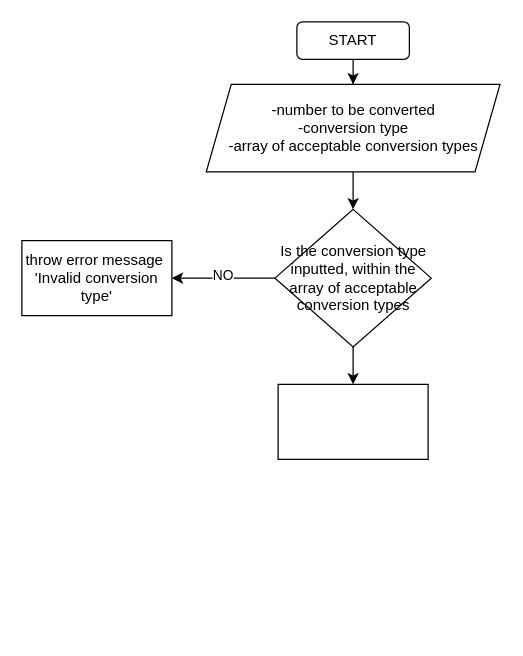
The draw.io diagram unitconverterFunction.drawio in ShhhhTheBaby/draw.io, before the edit. Source tidied: cells renumbered, new cells numbered last; positions are measured from the earlier drawing's top-left corner, leaving out a move shared by most shapes. Both pictures are drawn from the tidied source at 125%, with x=0, y=0 at pixel (21, 21).
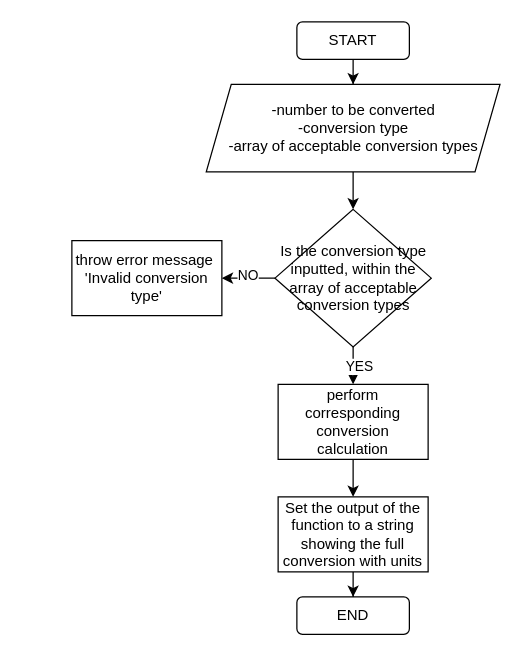
The same diagram, later.

What changed in the source:
```diff
@@
 <mxGraphModel>
   <root>
     <mxCell id="0" />
     <mxCell id="1" parent="0" />
     <mxCell id="2" style="edgeStyle=orthogonalEdgeStyle;rounded=0;jettySize=auto;html=1;" parent="1" edge="1" source="3">
       <mxGeometry relative="1" as="geometry">
         <mxPoint x="265" y="150" as="targetPoint" />
       </mxGeometry>
     </mxCell>
     <mxCell id="3" value="-number to be converted&lt;div&gt;-conversion type&lt;/div&gt;&lt;div&gt;-array of acceptable conversion types&lt;/div&gt;" style="shape=parallelogram;perimeter=parallelogramPerimeter;whiteSpace=wrap;html=1;fixedSize=1;" parent="1" vertex="1">
       <mxGeometry x="147.5" y="50" width="235" height="70" as="geometry" />
     </mxCell>
     <mxCell id="4" style="edgeStyle=orthogonalEdgeStyle;rounded=0;jettySize=auto;html=1;" parent="1" edge="1" source="5" target="3">
       <mxGeometry relative="1" as="geometry" />
     </mxCell>
     <mxCell id="5" value="START" style="rounded=1;whiteSpace=wrap;html=1;" parent="1" vertex="1">
       <mxGeometry x="220" width="90" height="30" as="geometry" />
     </mxCell>
     <mxCell id="6" style="edgeStyle=orthogonalEdgeStyle;rounded=0;jettySize=auto;html=1;" parent="1" edge="1" source="9" target="10">
       <mxGeometry relative="1" as="geometry" />
     </mxCell>
     <mxCell id="7" value="NO" style="edgeLabel;html=1;align=center;verticalAlign=middle;" parent="6" vertex="1">
       <mxGeometry x="0.03" y="-3" relative="1" as="geometry" />
     </mxCell>
     <mxCell id="8" style="edgeStyle=orthogonalEdgeStyle;rounded=0;jettySize=auto;html=1;" parent="1" edge="1" source="9" target="11">
       <mxGeometry relative="1" as="geometry" />
     </mxCell>
+    <mxCell id="12" value="YES" style="edgeLabel;html=1;align=center;verticalAlign=middle;" parent="8" vertex="1">
+      <mxGeometry y="-4" relative="1" as="geometry" />
+    </mxCell>
     <mxCell id="9" value="Is the conversion type inputted, within the array of acceptable conversion types" style="rhombus;whiteSpace=wrap;html=1;" parent="1" vertex="1">
       <mxGeometry x="202.5" y="150" width="125" height="110" as="geometry" />
     </mxCell>
     <mxCell id="10" value="throw error message&amp;nbsp;&lt;div&gt;'Invalid conversion type'&lt;/div&gt;" style="whiteSpace=wrap;html=1;" parent="1" vertex="1">
-      <mxGeometry y="175" width="120" height="60" as="geometry" />
+      <mxGeometry x="40" y="175" width="120" height="60" as="geometry" />
     </mxCell>
+    <mxCell id="13" style="edgeStyle=orthogonalEdgeStyle;rounded=0;jettySize=auto;html=1;" parent="1" edge="1" source="11" target="15">
+      <mxGeometry relative="1" as="geometry" />
+    </mxCell>
-    <mxCell id="11" style="whiteSpace=wrap;html=1;" parent="1" vertex="1">
+    <mxCell id="11" value="perform corresponding conversion calculation" style="whiteSpace=wrap;html=1;" parent="1" vertex="1">
       <mxGeometry x="205" y="290" width="120" height="60" as="geometry" />
     </mxCell>
+    <mxCell id="14" style="edgeStyle=orthogonalEdgeStyle;rounded=0;jettySize=auto;html=1;" parent="1" edge="1" source="15" target="16">
+      <mxGeometry relative="1" as="geometry" />
+    </mxCell>
+    <mxCell id="15" value="Set the output of the function to a string showing the full conversion with units" style="whiteSpace=wrap;html=1;" parent="1" vertex="1">
+      <mxGeometry x="205" y="380" width="120" height="60" as="geometry" />
+    </mxCell>
+    <mxCell id="16" value="END" style="rounded=1;whiteSpace=wrap;html=1;" parent="1" vertex="1">
+      <mxGeometry x="220" y="460" width="90" height="30" as="geometry" />
+    </mxCell>
   </root>
 </mxGraphModel>
```
